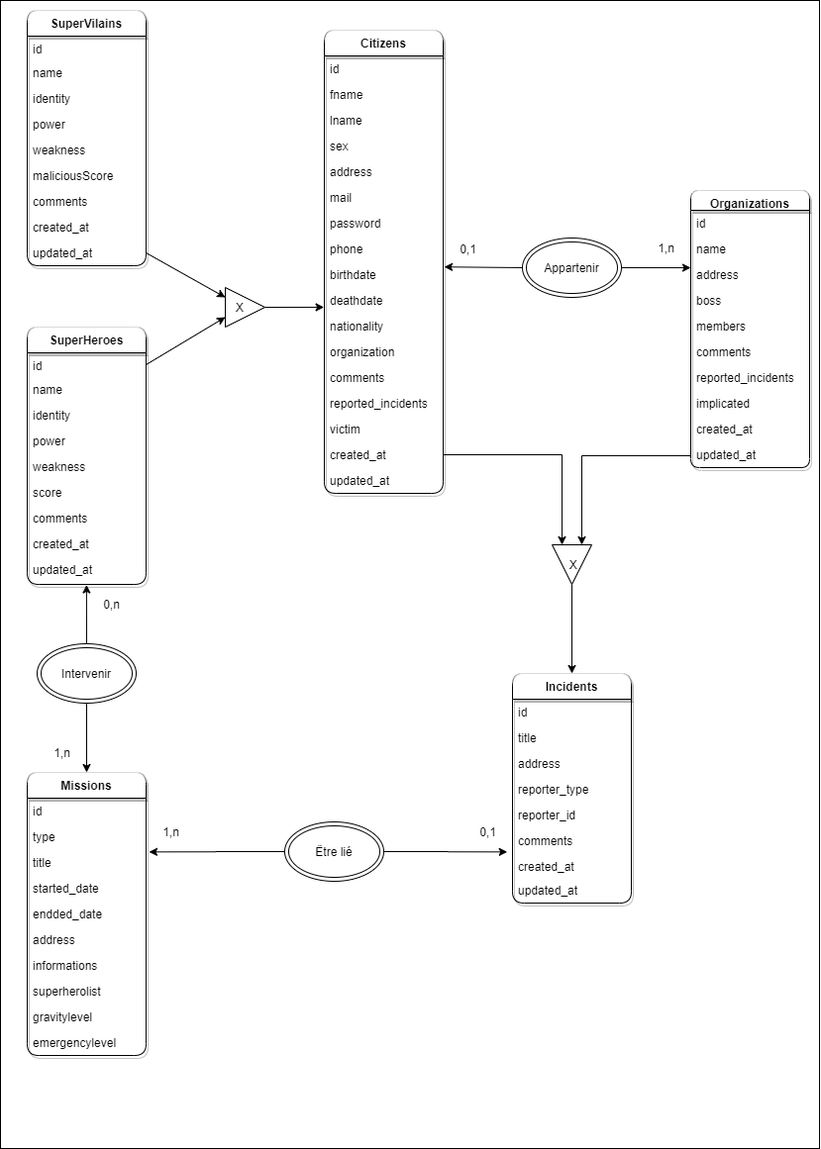
Above: documentation/mcd/mcd.png in floriaaan/java-bootcamp (draw.io), before the change. Source tidied: cells renumbered, new cells last; positions are measured from the earlier drawing's top-left corner, leaving out a move shared by most shapes.
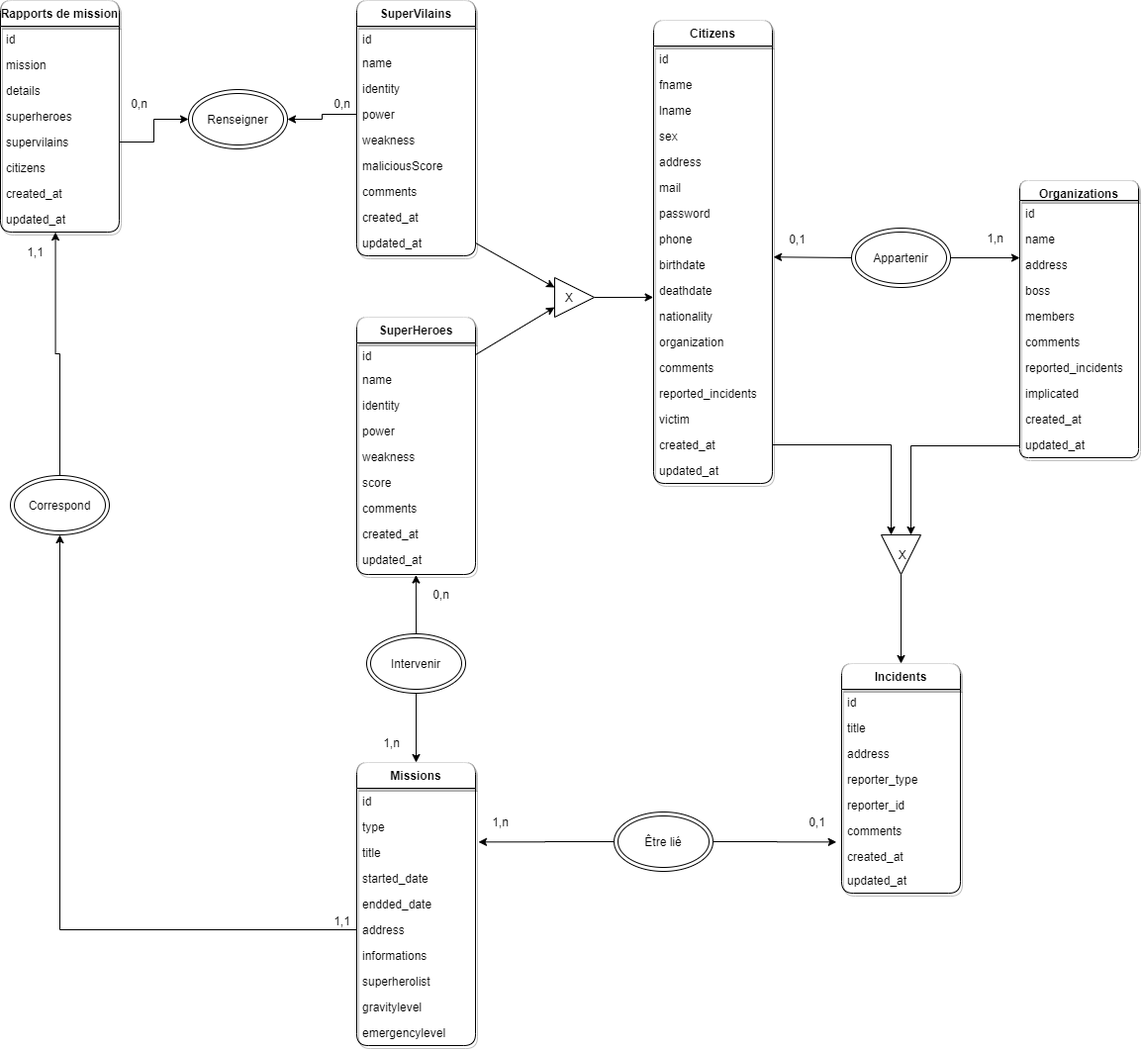
After the change.

The edit, as a diff of the source:
```diff
@@ -2,9 +2,6 @@
   <root>
     <mxCell id="0" />
     <mxCell id="1" parent="0" />
-    <mxCell id="2" style="rounded=0;whiteSpace=wrap;html=1;" parent="1" vertex="1">
-      <mxGeometry width="827" height="1160" as="geometry" />
-    </mxCell>
     <mxCell id="3" value="Citizens" style="swimlane;fontStyle=1;horizontal=1;startSize=26;swimlaneLine=1;rounded=1;shadow=1;sketch=0;glass=1;verticalAlign=top;" parent="1" vertex="1">
       <mxGeometry x="327" y="30" width="120" height="468" as="geometry" />
     </mxCell>
@@ -266,7 +263,7 @@
     <mxCell id="89" style="edgeStyle=orthogonalEdgeStyle;rounded=0;jettySize=auto;html=1;exitX=0;exitY=0.5;exitDx=0;exitDy=0;entryX=1.025;entryY=1.09;entryDx=0;entryDy=0;entryPerimeter=0;" parent="1" edge="1" source="90" target="72">
       <mxGeometry relative="1" as="geometry" />
     </mxCell>
-    <mxCell id="90" value="Ëtre lié" style="ellipse;shape=doubleEllipse;whiteSpace=wrap;html=1;" parent="1" vertex="1">
+    <mxCell id="90" value="Être lié" style="ellipse;shape=doubleEllipse;whiteSpace=wrap;html=1;" parent="1" vertex="1">
       <mxGeometry x="287" y="830" width="100" height="60" as="geometry" />
     </mxCell>
     <mxCell id="91" style="edgeStyle=orthogonalEdgeStyle;rounded=0;jettySize=auto;html=1;exitX=1;exitY=0.5;exitDx=0;exitDy=0;entryX=0;entryY=0.75;entryDx=0;entryDy=0;" parent="1" edge="1" source="19" target="82">
@@ -286,5 +283,62 @@
     <mxCell id="94" value="0,1" style="text;html=1;align=center;verticalAlign=middle;" parent="1" vertex="1">
       <mxGeometry x="477" y="830" width="30" height="20" as="geometry" />
     </mxCell>
+    <mxCell id="95" value="Rapports de mission" style="swimlane;fontStyle=1;horizontal=1;startSize=26;swimlaneLine=1;rounded=1;shadow=1;sketch=0;glass=1;verticalAlign=top;" parent="1" vertex="1">
+      <mxGeometry x="-333" y="10" width="120" height="234" as="geometry" />
+    </mxCell>
+    <mxCell id="96" value="id" style="text;strokeColor=none;fillColor=none;align=left;verticalAlign=top;spacingLeft=4;spacingRight=4;overflow=hidden;" parent="95" vertex="1">
+      <mxGeometry y="26" width="120" height="26" as="geometry" />
+    </mxCell>
+    <mxCell id="97" value="mission" style="text;strokeColor=none;fillColor=none;align=left;verticalAlign=top;spacingLeft=4;spacingRight=4;overflow=hidden;" parent="95" vertex="1">
+      <mxGeometry y="52" width="120" height="26" as="geometry" />
+    </mxCell>
+    <mxCell id="98" value="details" style="text;strokeColor=none;fillColor=none;align=left;verticalAlign=top;spacingLeft=4;spacingRight=4;overflow=hidden;" parent="95" vertex="1">
+      <mxGeometry y="78" width="120" height="26" as="geometry" />
+    </mxCell>
+    <mxCell id="99" value="superheroes" style="text;strokeColor=none;fillColor=none;align=left;verticalAlign=top;spacingLeft=4;spacingRight=4;overflow=hidden;" parent="95" vertex="1">
+      <mxGeometry y="104" width="120" height="26" as="geometry" />
+    </mxCell>
+    <mxCell id="100" value="supervilains" style="text;strokeColor=none;fillColor=none;align=left;verticalAlign=top;spacingLeft=4;spacingRight=4;overflow=hidden;points=[[0,0.5],[1,0.5]];portConstraint=eastwest;" parent="95" vertex="1">
+      <mxGeometry y="130" width="120" height="26" as="geometry" />
+    </mxCell>
+    <mxCell id="101" value="citizens" style="text;strokeColor=none;fillColor=none;align=left;verticalAlign=top;spacingLeft=4;spacingRight=4;overflow=hidden;" parent="95" vertex="1">
+      <mxGeometry y="156" width="120" height="26" as="geometry" />
+    </mxCell>
+    <mxCell id="102" value="created_at" style="text;strokeColor=none;fillColor=none;align=left;verticalAlign=top;spacingLeft=4;spacingRight=4;overflow=hidden;" parent="95" vertex="1">
+      <mxGeometry y="182" width="120" height="26" as="geometry" />
+    </mxCell>
+    <mxCell id="103" value="updated_at" style="text;strokeColor=none;fillColor=none;align=left;verticalAlign=top;spacingLeft=4;spacingRight=4;overflow=hidden;points=[[0,0.5],[1,0.5]];portConstraint=eastwest;" parent="95" vertex="1">
+      <mxGeometry y="208" width="120" height="26" as="geometry" />
+    </mxCell>
+    <mxCell id="104" value="Renseigner" style="ellipse;shape=doubleEllipse;whiteSpace=wrap;html=1;" parent="1" vertex="1">
+      <mxGeometry x="-143" y="100" width="100" height="60" as="geometry" />
+    </mxCell>
+    <mxCell id="105" style="edgeStyle=orthogonalEdgeStyle;rounded=0;jettySize=auto;html=1;exitX=0;exitY=0.5;exitDx=0;exitDy=0;entryX=1;entryY=0.5;entryDx=0;entryDy=0;" parent="1" edge="1" source="46" target="104">
+      <mxGeometry relative="1" as="geometry" />
+    </mxCell>
+    <mxCell id="106" style="edgeStyle=orthogonalEdgeStyle;rounded=0;jettySize=auto;html=1;exitX=1;exitY=0.5;exitDx=0;exitDy=0;entryX=0;entryY=0.5;entryDx=0;entryDy=0;" parent="1" edge="1" source="100" target="104">
+      <mxGeometry relative="1" as="geometry" />
+    </mxCell>
+    <mxCell id="107" value="0,n" style="text;html=1;align=center;verticalAlign=middle;" parent="1" vertex="1">
+      <mxGeometry x="-208" y="104" width="30" height="20" as="geometry" />
+    </mxCell>
+    <mxCell id="108" value="0,n" style="text;html=1;align=center;verticalAlign=middle;" parent="1" vertex="1">
+      <mxGeometry x="-3" y="104" width="30" height="20" as="geometry" />
+    </mxCell>
+    <mxCell id="109" style="edgeStyle=orthogonalEdgeStyle;rounded=0;jettySize=auto;html=1;exitX=0.5;exitY=0;exitDx=0;exitDy=0;entryX=0.463;entryY=1.005;entryDx=0;entryDy=0;entryPerimeter=0;" parent="1" edge="1" source="110" target="103">
+      <mxGeometry relative="1" as="geometry" />
+    </mxCell>
+    <mxCell id="110" value="Correspond" style="ellipse;shape=doubleEllipse;whiteSpace=wrap;html=1;" parent="1" vertex="1">
+      <mxGeometry x="-323" y="490" width="100" height="60" as="geometry" />
+    </mxCell>
+    <mxCell id="111" style="edgeStyle=orthogonalEdgeStyle;rounded=0;jettySize=auto;html=1;exitX=0;exitY=0.5;exitDx=0;exitDy=0;entryX=0.5;entryY=1;entryDx=0;entryDy=0;" parent="1" edge="1" source="76" target="110">
+      <mxGeometry relative="1" as="geometry" />
+    </mxCell>
+    <mxCell id="112" value="1,1" style="text;html=1;align=center;verticalAlign=middle;" parent="1" vertex="1">
+      <mxGeometry x="-313" y="254" width="30" height="20" as="geometry" />
+    </mxCell>
+    <mxCell id="113" value="1,1" style="text;html=1;align=center;verticalAlign=middle;" parent="1" vertex="1">
+      <mxGeometry x="-3" y="930" width="30" height="20" as="geometry" />
+    </mxCell>
   </root>
 </mxGraphModel>
```
